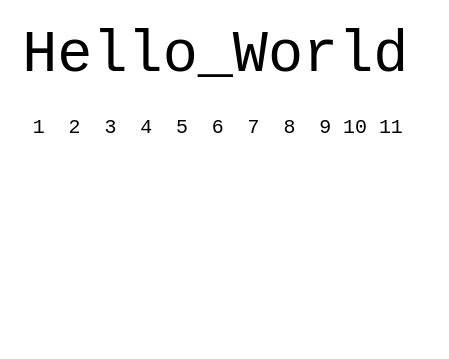
Above: demos/annotations/update_annotations.drawio in LivelyKernel/lively4-core (draw.io), before the change. Source tidied: cells renumbered, new cells numbered last; positions are measured from the earlier drawing's top-left corner, leaving out a move shared by most shapes. Both pictures are drawn from the tidied source at 117%, with x=0, y=0 at pixel (20, 22).
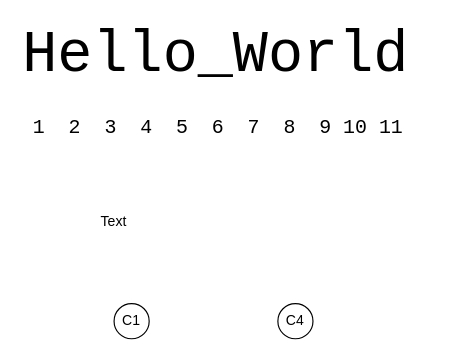
Above is the later version.

What changed in the source:
```diff
@@
 <mxGraphModel background="#ffffff">
   <root>
     <mxCell id="0" />
     <mxCell id="1" parent="0" />
     <mxCell id="2" style="group;fontSize=40;" parent="1" vertex="1">
       <mxGeometry y="30" width="350" height="25" as="geometry" />
     </mxCell>
     <mxCell id="3" value="&lt;font face=&quot;Courier New&quot; style=&quot;font-size: 50px&quot;&gt;Hello_World&lt;/font&gt;" style="text;html=1;strokeColor=none;fillColor=none;align=left;verticalAlign=middle;whiteSpace=wrap;rounded=0;fontSize=20;fontStyle=0;" parent="2" vertex="1">
       <mxGeometry y="-30" width="350" height="55" as="geometry" />
     </mxCell>
     <mxCell id="4" value="&lt;font face=&quot;Courier New&quot; style=&quot;font-size: 17px;&quot;&gt;1&amp;nbsp; 2&amp;nbsp; 3&amp;nbsp; 4&amp;nbsp; 5&amp;nbsp; 6&amp;nbsp; 7&amp;nbsp; 8&amp;nbsp; 9 10 11&lt;/font&gt;" style="text;html=1;strokeColor=none;fillColor=none;align=left;verticalAlign=middle;whiteSpace=wrap;rounded=0;fontSize=17;fontStyle=0;" parent="1" vertex="1">
       <mxGeometry x="9" y="80.4" width="340" height="20" as="geometry" />
     </mxCell>
+    <mxCell id="5" value="C1" style="ellipse;whiteSpace=wrap;html=1;" parent="1" vertex="1">
+      <mxGeometry x="80" y="240" width="30" height="30" as="geometry" />
+    </mxCell>
+    <mxCell id="6" value="Text" style="text;html=1;strokeColor=none;fillColor=none;align=center;verticalAlign=middle;whiteSpace=wrap;rounded=0;" parent="1" vertex="1">
+      <mxGeometry x="60" y="160" width="40" height="20" as="geometry" />
+    </mxCell>
+    <mxCell id="7" value="C4" style="ellipse;whiteSpace=wrap;html=1;" parent="1" vertex="1">
+      <mxGeometry x="220" y="240" width="30" height="30" as="geometry" />
+    </mxCell>
   </root>
 </mxGraphModel>
```
